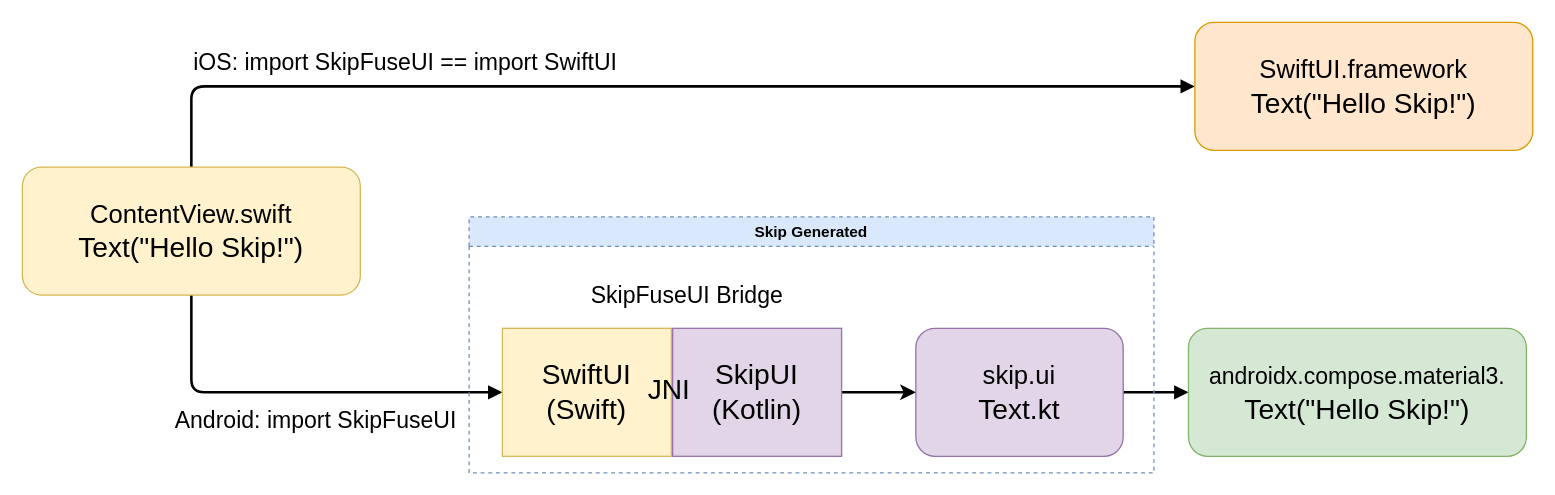
Before: page "skip-fuse-ui-bridge" (14 of 14) of diagrams/skip-diagrams.drawio in skiptools/assets.skip.tools, a draw.io diagram. Source tidied: cells renumbered, new cells numbered last; positions are measured from the earlier drawing's top-left corner, leaving out a move shared by most shapes. Both pictures are drawn from the tidied source at 128%, with x=0, y=0 at pixel (22, 22).
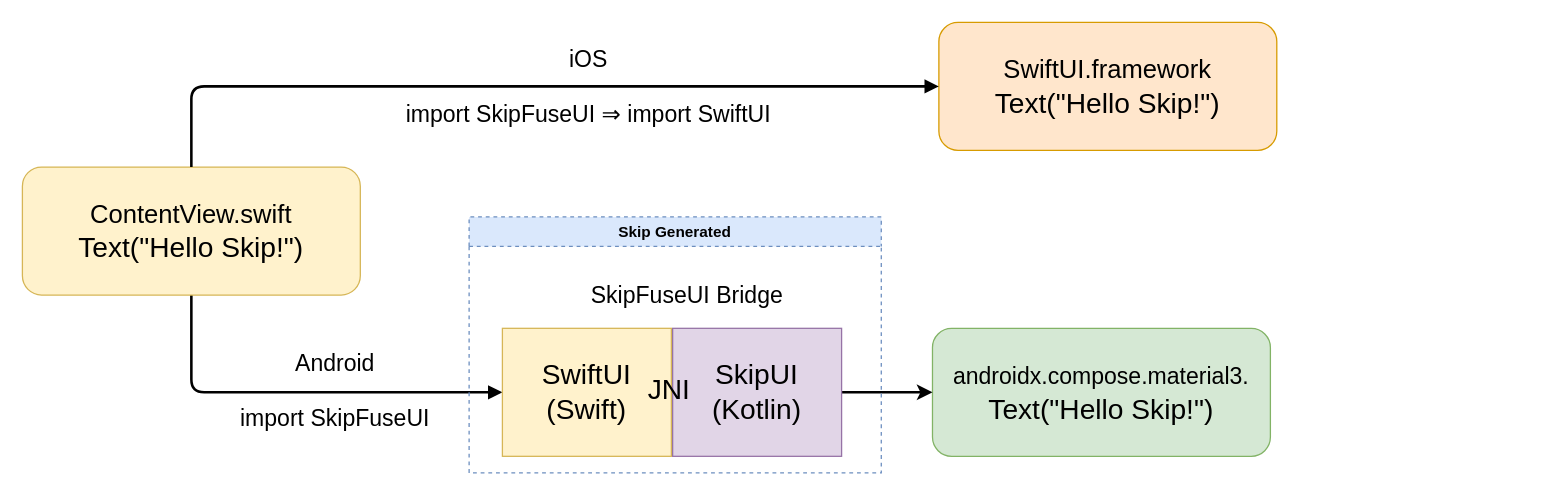
The same diagram, later.

What changed in the source:
```diff
@@
 <mxGraphModel>
   <root>
     <mxCell id="0" />
     <mxCell id="1" parent="0" />
-    <mxCell id="2" style="edgeStyle=orthogonalEdgeStyle;rounded=1;jettySize=auto;html=1;exitX=1;exitY=0.5;exitDx=0;exitDy=0;entryX=0;entryY=0.5;entryDx=0;entryDy=0;strokeWidth=2;curved=0;endArrow=block;endFill=1;" parent="1" edge="1" source="3" target="8">
-      <mxGeometry relative="1" as="geometry" />
-    </mxCell>
-    <mxCell id="3" value="&lt;font style=&quot;font-size: 20px;&quot;&gt;skip.ui&lt;/font&gt;&lt;div&gt;Text.kt&lt;/div&gt;" style="rounded=1;whiteSpace=wrap;html=1;fontSize=22;fillColor=#e1d5e7;strokeColor=#9673a6;fillStyle=auto;" parent="1" vertex="1">
-      <mxGeometry x="698" y="239" width="162" height="100" as="geometry" />
-    </mxCell>
-    <mxCell id="4" style="edgeStyle=orthogonalEdgeStyle;rounded=1;jettySize=auto;html=1;exitX=0.5;exitY=0;exitDx=0;exitDy=0;entryX=0;entryY=0.5;entryDx=0;entryDy=0;strokeWidth=2;curved=0;endArrow=block;endFill=1;" parent="1" edge="1" source="7" target="9">
-      <mxGeometry relative="1" as="geometry" />
-    </mxCell>
-    <mxCell id="5" value="&lt;font style=&quot;font-size: 18px;&quot;&gt;iOS: import SkipFuseUI == import SwiftUI&lt;/font&gt;" style="edgeLabel;html=1;align=center;verticalAlign=middle;" parent="4" vertex="1">
-      <mxGeometry x="-0.56" relative="1" as="geometry">
-        <mxPoint x="43" y="-19" as="offset" />
-      </mxGeometry>
-    </mxCell>
+    <mxCell id="17" value="&lt;font style=&quot;font-size: 18px;&quot;&gt;iOS&lt;/font&gt;&lt;div&gt;&lt;span style=&quot;font-size: 18px;&quot;&gt;&lt;br&gt;&lt;/span&gt;&lt;div&gt;&lt;font style=&quot;&quot;&gt;&lt;span style=&quot;font-size: 18px;&quot;&gt;import SkipFuseUI ⇒&amp;nbsp;import SwiftUI&lt;/span&gt;&lt;/font&gt;&lt;/div&gt;&lt;/div&gt;" style="edgeLabel;html=1;align=center;verticalAlign=middle;" parent="1" vertex="1">
+      <mxGeometry x="441" y="50" as="geometry" />
+    </mxCell>
+    <mxCell id="13" value="&lt;span style=&quot;font-size: 18px;&quot;&gt;Android&lt;/span&gt;&lt;div&gt;&lt;span style=&quot;font-size: 18px;&quot;&gt;&lt;br&gt;&lt;/span&gt;&lt;div&gt;&lt;span style=&quot;font-size: 18px;&quot;&gt;import SkipFuseUI&lt;/span&gt;&lt;/div&gt;&lt;/div&gt;" style="edgeLabel;html=1;align=center;verticalAlign=middle;" parent="1" vertex="1">
+      <mxGeometry x="243" y="288" as="geometry" />
+    </mxCell>
     <mxCell id="6" style="edgeStyle=orthogonalEdgeStyle;rounded=1;jettySize=auto;html=1;exitX=0.5;exitY=1;exitDx=0;exitDy=0;entryX=0;entryY=0.5;entryDx=0;entryDy=0;strokeWidth=2;curved=0;endArrow=block;endFill=1;" parent="1" edge="1" source="7" target="12">
       <mxGeometry relative="1" as="geometry" />
     </mxCell>
     <mxCell id="7" value="&lt;font style=&quot;font-size: 20px;&quot;&gt;ContentView.swift&lt;/font&gt;&lt;div&gt;Text(&quot;Hello Skip!&quot;)&lt;/div&gt;" style="rounded=1;whiteSpace=wrap;html=1;fontSize=22;fillColor=#fff2cc;strokeColor=#d6b656;fillStyle=auto;" parent="1" vertex="1">
       <mxGeometry y="113" width="264" height="100" as="geometry" />
     </mxCell>
     <mxCell id="8" value="&lt;span style=&quot;font-size: 18px;&quot;&gt;androidx.compose.material3.&lt;/span&gt;&lt;div&gt;&lt;font&gt;Text(&quot;Hello Skip!&quot;)&lt;/font&gt;&lt;/div&gt;" style="rounded=1;whiteSpace=wrap;html=1;fontSize=22;fillColor=#d5e8d4;strokeColor=#82b366;fillStyle=auto;" parent="1" vertex="1">
-      <mxGeometry x="911" y="239" width="264" height="100" as="geometry" />
+      <mxGeometry x="711" y="239" width="264" height="100" as="geometry" />
     </mxCell>
     <mxCell id="9" value="&lt;font style=&quot;font-size: 20px;&quot;&gt;SwiftUI.framework&lt;/font&gt;&lt;div&gt;Text(&quot;Hello Skip!&quot;)&lt;/div&gt;" style="rounded=1;whiteSpace=wrap;html=1;fontSize=22;fillColor=#ffe6cc;strokeColor=#d79b00;" parent="1" vertex="1">
-      <mxGeometry x="916" width="264" height="100" as="geometry" />
+      <mxGeometry x="716" width="264" height="100" as="geometry" />
     </mxCell>
-    <mxCell id="10" style="edgeStyle=orthogonalEdgeStyle;rounded=1;jettySize=auto;html=1;exitX=1;exitY=0.5;exitDx=0;exitDy=0;entryX=0;entryY=0.5;entryDx=0;entryDy=0;strokeWidth=2;curved=0;" parent="1" edge="1" source="11" target="3">
+    <mxCell id="10" style="edgeStyle=orthogonalEdgeStyle;rounded=1;jettySize=auto;html=1;exitX=1;exitY=0.5;exitDx=0;exitDy=0;entryX=0;entryY=0.5;entryDx=0;entryDy=0;strokeWidth=2;curved=0;" parent="1" edge="1" source="11" target="8">
       <mxGeometry relative="1" as="geometry" />
     </mxCell>
     <mxCell id="11" value="&lt;div&gt;SkipUI&lt;/div&gt;&lt;div&gt;(&lt;span style=&quot;background-color: transparent; color: light-dark(rgb(0, 0, 0), rgb(255, 255, 255));&quot;&gt;Kotlin)&lt;/span&gt;&lt;/div&gt;" style="rounded=0;whiteSpace=wrap;html=1;fontSize=22;fillColor=#e1d5e7;strokeColor=#9673a6;fillStyle=auto;" parent="1" vertex="1">
       <mxGeometry x="508" y="239" width="132" height="100" as="geometry" />
     </mxCell>
     <mxCell id="12" value="&lt;div&gt;SwiftUI&lt;/div&gt;&lt;div&gt;(Swift)&lt;/div&gt;" style="rounded=0;whiteSpace=wrap;html=1;fontSize=22;fillColor=#fff2cc;strokeColor=#d6b656;fillStyle=auto;" parent="1" vertex="1">
       <mxGeometry x="375" y="239" width="132" height="100" as="geometry" />
     </mxCell>
-    <mxCell id="13" value="&lt;span style=&quot;font-size: 18px;&quot;&gt;Android: import SkipFuseUI&lt;/span&gt;" style="edgeLabel;html=1;align=center;verticalAlign=middle;" parent="1" vertex="1">
-      <mxGeometry x="228" y="310" as="geometry" />
-    </mxCell>
     <mxCell id="14" value="&lt;font style=&quot;font-size: 18px;&quot;&gt;SkipFuseUI Bridge&lt;/font&gt;" style="edgeLabel;html=1;align=center;verticalAlign=middle;" parent="1" vertex="1">
       <mxGeometry x="518" y="213" as="geometry" />
     </mxCell>
     <mxCell id="15" value="&lt;font&gt;JNI&lt;/font&gt;" style="edgeLabel;html=1;align=center;verticalAlign=middle;rotation=0;labelBackgroundColor=none;fontStyle=0;fontSize=22;" parent="1" vertex="1">
       <mxGeometry x="504" y="291" as="geometry">
         <mxPoint y="-4" as="offset" />
       </mxGeometry>
     </mxCell>
     <mxCell id="16" value="Skip Generated" style="swimlane;whiteSpace=wrap;html=1;fillColor=#dae8fc;strokeColor=#6c8ebf;strokeWidth=1;dashed=1;" parent="1" vertex="1">
-      <mxGeometry x="349" y="152" width="535" height="200" as="geometry" />
+      <mxGeometry x="349" y="152" width="322" height="200" as="geometry" />
     </mxCell>
+    <mxCell id="4" style="edgeStyle=orthogonalEdgeStyle;rounded=1;jettySize=auto;html=1;exitX=0.5;exitY=0;exitDx=0;exitDy=0;entryX=0;entryY=0.5;entryDx=0;entryDy=0;strokeWidth=2;curved=0;endArrow=block;endFill=1;" parent="1" edge="1" source="7" target="9">
+      <mxGeometry relative="1" as="geometry" />
+    </mxCell>
   </root>
 </mxGraphModel>
```
